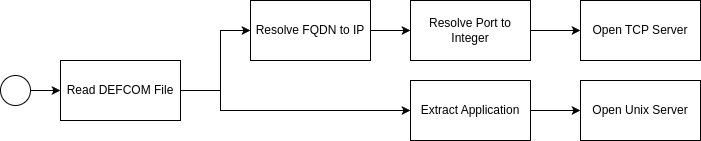
Earlier version of the draw.io export Doc/assets/ServerSpawn.png (RMIT-Rover-Team/DEFCOM). Source tidied: cells renumbered, new cells last; positions are measured from the earlier drawing's top-left corner, leaving out a move shared by most shapes. The source it was exported from:
```xml
<mxGraphModel>
  <root>
    <mxCell id="0" />
    <mxCell id="1" parent="0" />
    <mxCell id="2" style="edgeStyle=orthogonalEdgeStyle;rounded=0;jettySize=auto;html=1;exitX=1;exitY=0.5;exitDx=0;exitDy=0;entryX=0;entryY=0.5;entryDx=0;entryDy=0;" parent="1" edge="1" source="4" target="8">
      <mxGeometry relative="1" as="geometry">
        <Array as="points">
          <mxPoint x="220" y="90" />
          <mxPoint x="220" y="30" />
        </Array>
      </mxGeometry>
    </mxCell>
    <mxCell id="3" style="edgeStyle=orthogonalEdgeStyle;rounded=0;jettySize=auto;html=1;exitX=1;exitY=0.5;exitDx=0;exitDy=0;entryX=0;entryY=0.5;entryDx=0;entryDy=0;" parent="1" edge="1" source="4" target="14">
      <mxGeometry relative="1" as="geometry">
        <Array as="points">
          <mxPoint x="220" y="90" />
          <mxPoint x="220" y="110" />
        </Array>
      </mxGeometry>
    </mxCell>
    <mxCell id="4" value="Read DEFCOM File" style="rounded=0;whiteSpace=wrap;html=1;" parent="1" vertex="1">
      <mxGeometry x="60" y="60" width="120" height="60" as="geometry" />
    </mxCell>
    <mxCell id="5" style="edgeStyle=orthogonalEdgeStyle;rounded=0;jettySize=auto;html=1;exitX=1;exitY=0.5;exitDx=0;exitDy=0;entryX=0;entryY=0.5;entryDx=0;entryDy=0;" parent="1" edge="1" source="6" target="4">
      <mxGeometry relative="1" as="geometry" />
    </mxCell>
    <mxCell id="6" style="ellipse;whiteSpace=wrap;html=1;" parent="1" vertex="1">
      <mxGeometry y="75" width="30" height="30" as="geometry" />
    </mxCell>
    <mxCell id="7" style="edgeStyle=orthogonalEdgeStyle;rounded=0;jettySize=auto;html=1;exitX=1;exitY=0.5;exitDx=0;exitDy=0;entryX=0;entryY=0.5;entryDx=0;entryDy=0;" parent="1" edge="1" source="8" target="10">
      <mxGeometry relative="1" as="geometry" />
    </mxCell>
    <mxCell id="8" value="Resolve FQDN to IP" style="rounded=0;whiteSpace=wrap;html=1;" parent="1" vertex="1">
      <mxGeometry x="250" width="120" height="60" as="geometry" />
    </mxCell>
    <mxCell id="9" style="edgeStyle=orthogonalEdgeStyle;rounded=0;jettySize=auto;html=1;exitX=1;exitY=0.5;exitDx=0;exitDy=0;entryX=0;entryY=0.5;entryDx=0;entryDy=0;" parent="1" edge="1" source="10" target="11">
      <mxGeometry relative="1" as="geometry" />
    </mxCell>
    <mxCell id="10" value="Resolve Port to Integer" style="rounded=0;whiteSpace=wrap;html=1;" parent="1" vertex="1">
      <mxGeometry x="410" width="120" height="60" as="geometry" />
    </mxCell>
    <mxCell id="11" value="Open TCP Server" style="rounded=0;whiteSpace=wrap;html=1;" parent="1" vertex="1">
      <mxGeometry x="580" width="120" height="60" as="geometry" />
    </mxCell>
    <mxCell id="12" value="Open Unix Server" style="rounded=0;whiteSpace=wrap;html=1;" parent="1" vertex="1">
      <mxGeometry x="580" y="80" width="120" height="60" as="geometry" />
    </mxCell>
    <mxCell id="13" style="edgeStyle=orthogonalEdgeStyle;rounded=0;jettySize=auto;html=1;exitX=1;exitY=0.5;exitDx=0;exitDy=0;entryX=0;entryY=0.5;entryDx=0;entryDy=0;" parent="1" edge="1" source="14" target="12">
      <mxGeometry relative="1" as="geometry" />
    </mxCell>
    <mxCell id="14" value="Extract Application" style="rounded=0;whiteSpace=wrap;html=1;" parent="1" vertex="1">
      <mxGeometry x="410" y="80" width="120" height="60" as="geometry" />
    </mxCell>
  </root>
</mxGraphModel>
```
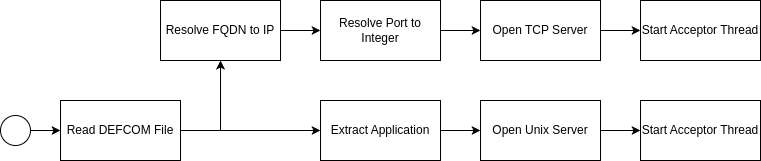
Later version of the same file.

The edit, as a diff of the source:
```diff
@@ -2,19 +2,18 @@
   <root>
     <mxCell id="0" />
     <mxCell id="1" parent="0" />
-    <mxCell id="2" style="edgeStyle=orthogonalEdgeStyle;rounded=0;jettySize=auto;html=1;exitX=1;exitY=0.5;exitDx=0;exitDy=0;entryX=0;entryY=0.5;entryDx=0;entryDy=0;" parent="1" edge="1" source="4" target="8">
+    <mxCell id="2" style="edgeStyle=orthogonalEdgeStyle;rounded=0;jettySize=auto;html=1;exitX=1;exitY=0.5;exitDx=0;exitDy=0;entryX=0.5;entryY=1;entryDx=0;entryDy=0;" parent="1" edge="1" source="4" target="8">
       <mxGeometry relative="1" as="geometry">
         <Array as="points">
           <mxPoint x="220" y="90" />
-          <mxPoint x="220" y="30" />
         </Array>
       </mxGeometry>
     </mxCell>
     <mxCell id="3" style="edgeStyle=orthogonalEdgeStyle;rounded=0;jettySize=auto;html=1;exitX=1;exitY=0.5;exitDx=0;exitDy=0;entryX=0;entryY=0.5;entryDx=0;entryDy=0;" parent="1" edge="1" source="4" target="14">
       <mxGeometry relative="1" as="geometry">
         <Array as="points">
-          <mxPoint x="220" y="90" />
-          <mxPoint x="220" y="110" />
+          <mxPoint x="260" y="90" />
+          <mxPoint x="260" y="90" />
         </Array>
       </mxGeometry>
     </mxCell>
@@ -31,25 +30,37 @@
       <mxGeometry relative="1" as="geometry" />
     </mxCell>
     <mxCell id="8" value="Resolve FQDN to IP" style="rounded=0;whiteSpace=wrap;html=1;" parent="1" vertex="1">
-      <mxGeometry x="250" width="120" height="60" as="geometry" />
+      <mxGeometry x="160" y="-40" width="120" height="60" as="geometry" />
     </mxCell>
     <mxCell id="9" style="edgeStyle=orthogonalEdgeStyle;rounded=0;jettySize=auto;html=1;exitX=1;exitY=0.5;exitDx=0;exitDy=0;entryX=0;entryY=0.5;entryDx=0;entryDy=0;" parent="1" edge="1" source="10" target="11">
       <mxGeometry relative="1" as="geometry" />
     </mxCell>
     <mxCell id="10" value="Resolve Port to Integer" style="rounded=0;whiteSpace=wrap;html=1;" parent="1" vertex="1">
-      <mxGeometry x="410" width="120" height="60" as="geometry" />
+      <mxGeometry x="320" y="-40" width="120" height="60" as="geometry" />
     </mxCell>
+    <mxCell id="15" style="edgeStyle=orthogonalEdgeStyle;rounded=0;jettySize=auto;html=1;" parent="1" edge="1" source="11" target="17">
+      <mxGeometry relative="1" as="geometry" />
+    </mxCell>
     <mxCell id="11" value="Open TCP Server" style="rounded=0;whiteSpace=wrap;html=1;" parent="1" vertex="1">
-      <mxGeometry x="580" width="120" height="60" as="geometry" />
+      <mxGeometry x="480" y="-40" width="120" height="60" as="geometry" />
     </mxCell>
+    <mxCell id="16" style="edgeStyle=orthogonalEdgeStyle;rounded=0;jettySize=auto;html=1;" parent="1" edge="1" source="12" target="18">
+      <mxGeometry relative="1" as="geometry" />
+    </mxCell>
     <mxCell id="12" value="Open Unix Server" style="rounded=0;whiteSpace=wrap;html=1;" parent="1" vertex="1">
-      <mxGeometry x="580" y="80" width="120" height="60" as="geometry" />
+      <mxGeometry x="480" y="60" width="120" height="60" as="geometry" />
     </mxCell>
     <mxCell id="13" style="edgeStyle=orthogonalEdgeStyle;rounded=0;jettySize=auto;html=1;exitX=1;exitY=0.5;exitDx=0;exitDy=0;entryX=0;entryY=0.5;entryDx=0;entryDy=0;" parent="1" edge="1" source="14" target="12">
       <mxGeometry relative="1" as="geometry" />
     </mxCell>
     <mxCell id="14" value="Extract Application" style="rounded=0;whiteSpace=wrap;html=1;" parent="1" vertex="1">
-      <mxGeometry x="410" y="80" width="120" height="60" as="geometry" />
+      <mxGeometry x="320" y="60" width="120" height="60" as="geometry" />
     </mxCell>
+    <mxCell id="17" value="Start Acceptor Thread" style="rounded=0;whiteSpace=wrap;html=1;" parent="1" vertex="1">
+      <mxGeometry x="640" y="-40" width="120" height="60" as="geometry" />
+    </mxCell>
+    <mxCell id="18" value="Start Acceptor Thread" style="rounded=0;whiteSpace=wrap;html=1;" parent="1" vertex="1">
+      <mxGeometry x="640" y="60" width="120" height="60" as="geometry" />
+    </mxCell>
   </root>
 </mxGraphModel>
```
